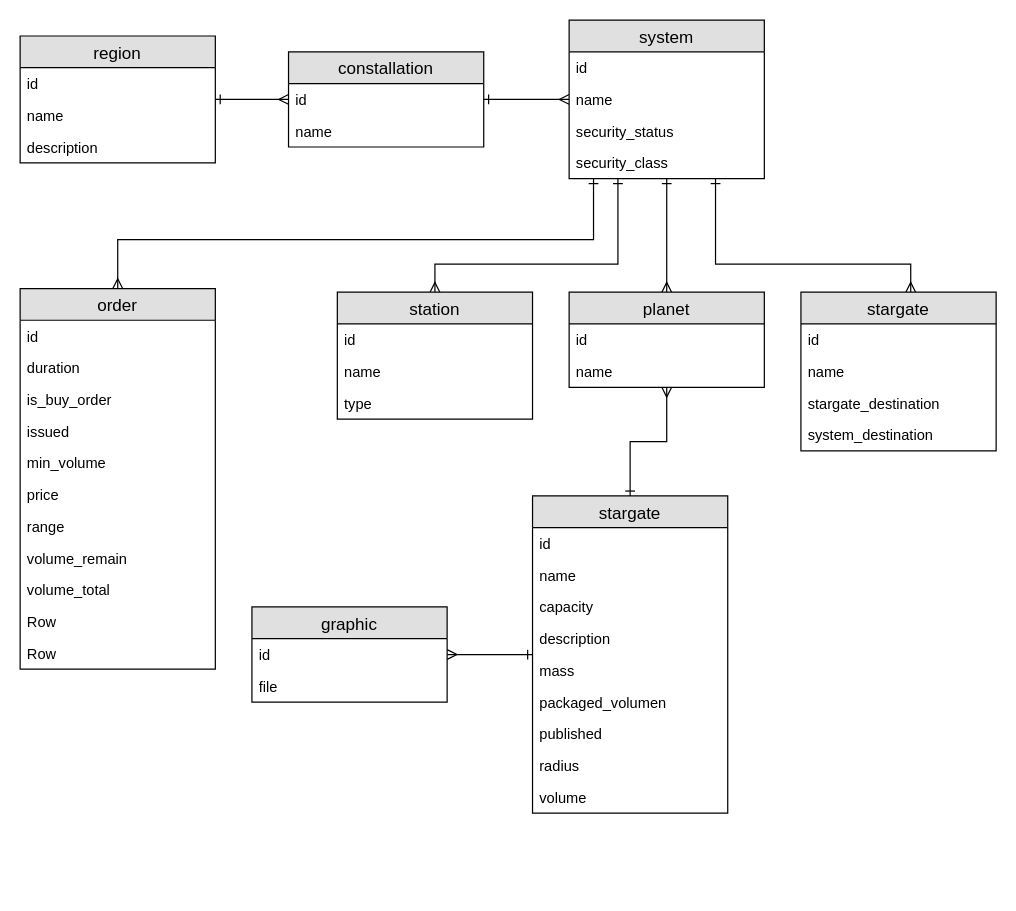
Before: extra/eve-utils-diagram.drawio in wil92/eve-utils, a draw.io diagram. Source tidied: cells renumbered, new cells numbered last; positions are measured from the earlier drawing's top-left corner, leaving out a move shared by most shapes. Both pictures are drawn from the tidied source at 122%, with x=0, y=0 at pixel (20, 20).
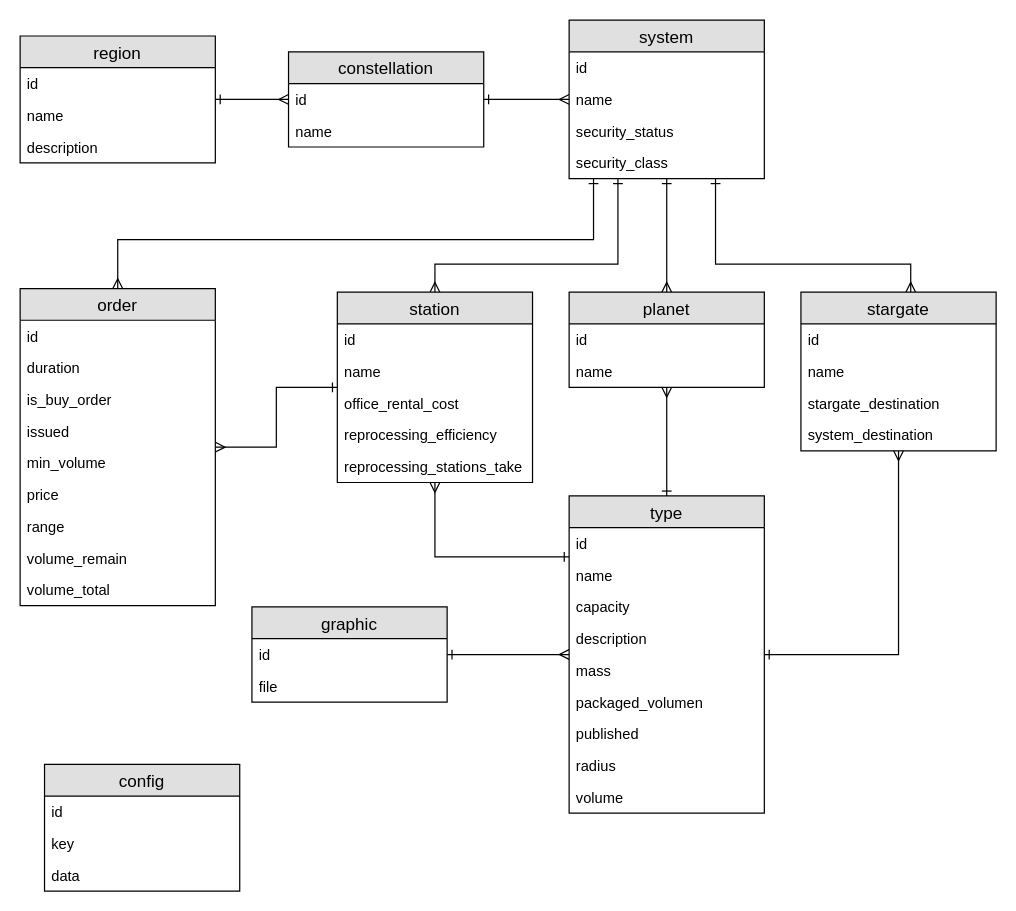
The same diagram, later.

The change refers to these unchanged cells:
```xml
<mxCell id="27" value="stargate" style="swimlane;fontStyle=0;horizontal=1;startSize=26;fillColor=#e0e0e0;swimlaneFillColor=#ffffff;align=center;fontSize=14;" parent="1" vertex="1">
  <mxGeometry x="640" y="223" width="160" height="130" as="geometry" />
</mxCell>
<mxCell id="44" value="graphic" style="swimlane;fontStyle=0;horizontal=1;startSize=26;fillColor=#e0e0e0;swimlaneFillColor=#ffffff;align=center;fontSize=14;" parent="1" vertex="1">
  <mxGeometry x="190" y="481" width="160" height="78" as="geometry" />
</mxCell>
```

The edit, as a diff of the source:
```diff
@@
-    <mxCell id="8" value="constallation" style="swimlane;fontStyle=0;horizontal=1;startSize=26;fillColor=#e0e0e0;swimlaneFillColor=#ffffff;align=center;fontSize=14;" parent="1" vertex="1">
+    <mxCell id="8" value="constellation" style="swimlane;fontStyle=0;horizontal=1;startSize=26;fillColor=#e0e0e0;swimlaneFillColor=#ffffff;align=center;fontSize=14;" parent="1" vertex="1">
       <mxGeometry x="220" y="26" width="160" height="78" as="geometry" />
     </mxCell>
@@
     <mxCell id="20" value="station" style="swimlane;fontStyle=0;horizontal=1;startSize=26;fillColor=#e0e0e0;swimlaneFillColor=#ffffff;align=center;fontSize=14;" parent="1" vertex="1">
-      <mxGeometry x="260" y="223" width="160" height="104" as="geometry" />
+      <mxGeometry x="260" y="223" width="160" height="156" as="geometry" />
     </mxCell>
@@
-    <mxCell id="23" value="type" style="text;strokeColor=none;fillColor=none;spacingLeft=4;spacingRight=4;overflow=hidden;fontSize=12;" parent="20" vertex="1">
-      <mxGeometry y="78" width="160" height="26" as="geometry" />
-    </mxCell>
+    <mxCell id="59" value="office_rental_cost" style="text;strokeColor=none;fillColor=none;spacingLeft=4;spacingRight=4;overflow=hidden;fontSize=12;" parent="20" vertex="1">
+      <mxGeometry y="78" width="160" height="26" as="geometry" />
+    </mxCell>
+    <mxCell id="60" value="reprocessing_efficiency" style="text;strokeColor=none;fillColor=none;spacingLeft=4;spacingRight=4;overflow=hidden;fontSize=12;" parent="20" vertex="1">
+      <mxGeometry y="104" width="160" height="26" as="geometry" />
+    </mxCell>
+    <mxCell id="61" value="reprocessing_stations_take" style="text;strokeColor=none;fillColor=none;spacingLeft=4;spacingRight=4;overflow=hidden;fontSize=12;" parent="20" vertex="1">
+      <mxGeometry y="130" width="160" height="26" as="geometry" />
+    </mxCell>
@@
+    <mxCell id="62" style="edgeStyle=orthogonalEdgeStyle;rounded=0;jettySize=auto;html=1;startArrow=ERone;startFill=0;endArrow=ERmany;endFill=0;" parent="1" edge="1" source="34" target="27">
+      <mxGeometry relative="1" as="geometry" />
+    </mxCell>
+    <mxCell id="63" style="edgeStyle=orthogonalEdgeStyle;rounded=0;jettySize=auto;html=1;startArrow=ERone;startFill=0;endArrow=ERmany;endFill=0;" parent="1" edge="1" source="34" target="20">
+      <mxGeometry relative="1" as="geometry">
+        <Array as="points">
+          <mxPoint x="340" y="440" />
+        </Array>
+      </mxGeometry>
+    </mxCell>
-    <mxCell id="33" style="edgeStyle=orthogonalEdgeStyle;rounded=0;jettySize=auto;html=1;startArrow=ERone;startFill=0;endArrow=ERmany;endFill=0;" parent="1" edge="1" source="34" target="44">
+    <mxCell id="33" style="edgeStyle=orthogonalEdgeStyle;rounded=0;jettySize=auto;html=1;startArrow=ERmany;startFill=0;endArrow=ERone;endFill=0;" parent="1" edge="1" source="34" target="44">
       <mxGeometry relative="1" as="geometry" />
     </mxCell>
-    <mxCell id="34" value="stargate" style="swimlane;fontStyle=0;horizontal=1;startSize=26;fillColor=#e0e0e0;swimlaneFillColor=#ffffff;align=center;fontSize=14;" parent="1" vertex="1">
-      <mxGeometry x="420" y="390" width="160" height="260" as="geometry" />
+    <mxCell id="34" value="type" style="swimlane;fontStyle=0;horizontal=1;startSize=26;fillColor=#e0e0e0;swimlaneFillColor=#ffffff;align=center;fontSize=14;" parent="1" vertex="1">
+      <mxGeometry x="450" y="390" width="160" height="260" as="geometry" />
     </mxCell>
@@
+    <mxCell id="64" style="edgeStyle=orthogonalEdgeStyle;rounded=0;jettySize=auto;html=1;startArrow=ERmany;startFill=0;endArrow=ERone;endFill=0;" parent="1" edge="1" source="47" target="20">
+      <mxGeometry relative="1" as="geometry" />
+    </mxCell>
     <mxCell id="47" value="order" style="swimlane;fontStyle=0;horizontal=1;startSize=26;fillColor=#e0e0e0;swimlaneFillColor=#ffffff;align=center;fontSize=14;" parent="1" vertex="1">
-      <mxGeometry y="220" width="160" height="312" as="geometry" />
+      <mxGeometry y="220" width="160" height="260" as="geometry" />
     </mxCell>
@@
-    <mxCell id="57" value="Row" style="text;strokeColor=none;fillColor=none;spacingLeft=4;spacingRight=4;overflow=hidden;fontSize=12;" parent="47" vertex="1">
-      <mxGeometry y="260" width="160" height="26" as="geometry" />
-    </mxCell>
-    <mxCell id="58" value="Row" style="text;strokeColor=none;fillColor=none;spacingLeft=4;spacingRight=4;overflow=hidden;fontSize=12;" parent="47" vertex="1">
-      <mxGeometry y="286" width="160" height="26" as="geometry" />
-    </mxCell>
+    <mxCell id="65" value="config" style="swimlane;fontStyle=0;horizontal=1;startSize=26;fillColor=#e0e0e0;swimlaneFillColor=#ffffff;align=center;fontSize=14;" parent="1" vertex="1">
+      <mxGeometry x="20" y="610" width="160" height="104" as="geometry" />
+    </mxCell>
+    <mxCell id="66" value="id" style="text;strokeColor=none;fillColor=none;spacingLeft=4;spacingRight=4;overflow=hidden;fontSize=12;" parent="65" vertex="1">
+      <mxGeometry y="26" width="160" height="26" as="geometry" />
+    </mxCell>
+    <mxCell id="67" value="key" style="text;strokeColor=none;fillColor=none;spacingLeft=4;spacingRight=4;overflow=hidden;fontSize=12;" parent="65" vertex="1">
+      <mxGeometry y="52" width="160" height="26" as="geometry" />
+    </mxCell>
+    <mxCell id="68" value="data" style="text;strokeColor=none;fillColor=none;spacingLeft=4;spacingRight=4;overflow=hidden;fontSize=12;" parent="65" vertex="1">
+      <mxGeometry y="78" width="160" height="26" as="geometry" />
+    </mxCell>
```
